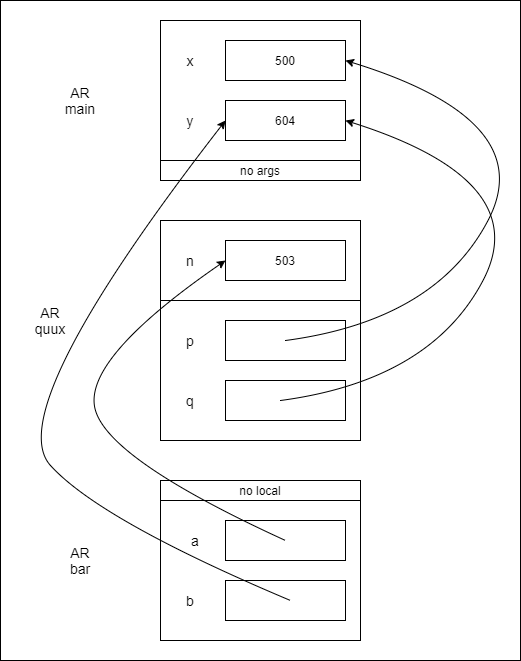
The draw.io diagram lab1exe_D2_diagram_export.png in meng-ucalgary/ensf-614-assignment-1, before a commit. Source tidied: cells renumbered, new cells last; positions are measured from the earlier drawing's top-left corner, leaving out a move shared by most shapes.
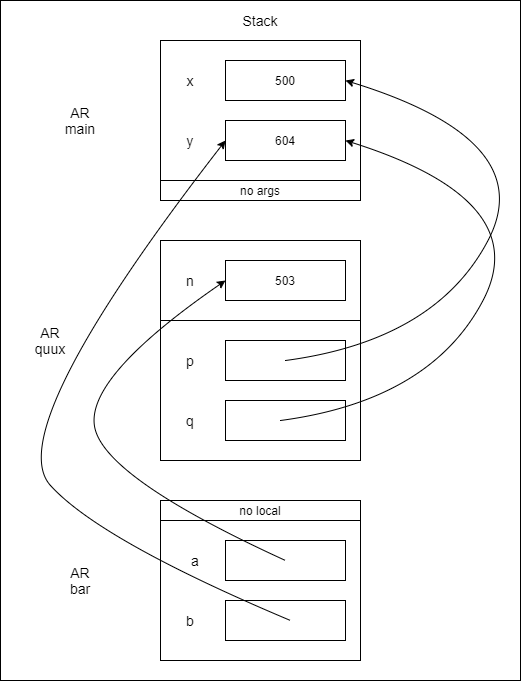
Above is the later version.

Commit message:
Small update in Activation Record diagram

Diff of the diagram source:
```diff
@@ -3,7 +3,7 @@
     <mxCell id="0" />
     <mxCell id="1" parent="0" />
     <mxCell id="2" style="rounded=0;whiteSpace=wrap;html=1;" parent="1" vertex="1">
-      <mxGeometry width="520" height="660" as="geometry" />
+      <mxGeometry y="-20" width="520" height="680" as="geometry" />
     </mxCell>
     <mxCell id="3" style="rounded=0;whiteSpace=wrap;html=1;" parent="1" vertex="1">
       <mxGeometry x="160" y="20" width="200" height="160" as="geometry" />
@@ -125,5 +125,8 @@
         </Array>
       </mxGeometry>
     </mxCell>
+    <mxCell id="32" value="Stack" style="text;html=1;strokeColor=none;fillColor=none;align=center;verticalAlign=middle;whiteSpace=wrap;rounded=0;fontSize=14;" parent="1" vertex="1">
+      <mxGeometry x="220" y="-20" width="80" height="40" as="geometry" />
+    </mxCell>
   </root>
 </mxGraphModel>
```
